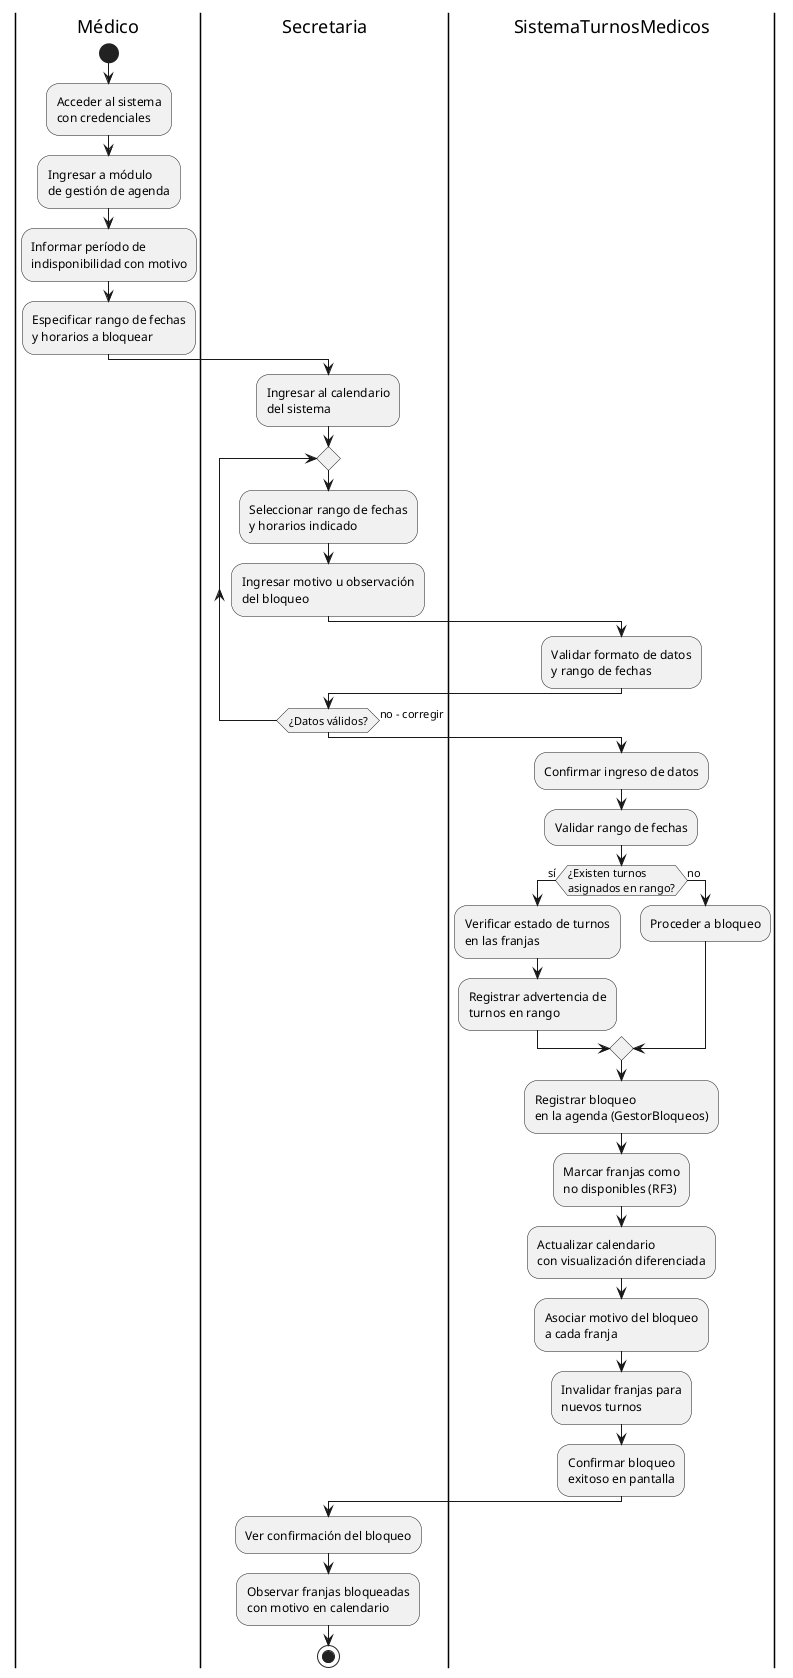
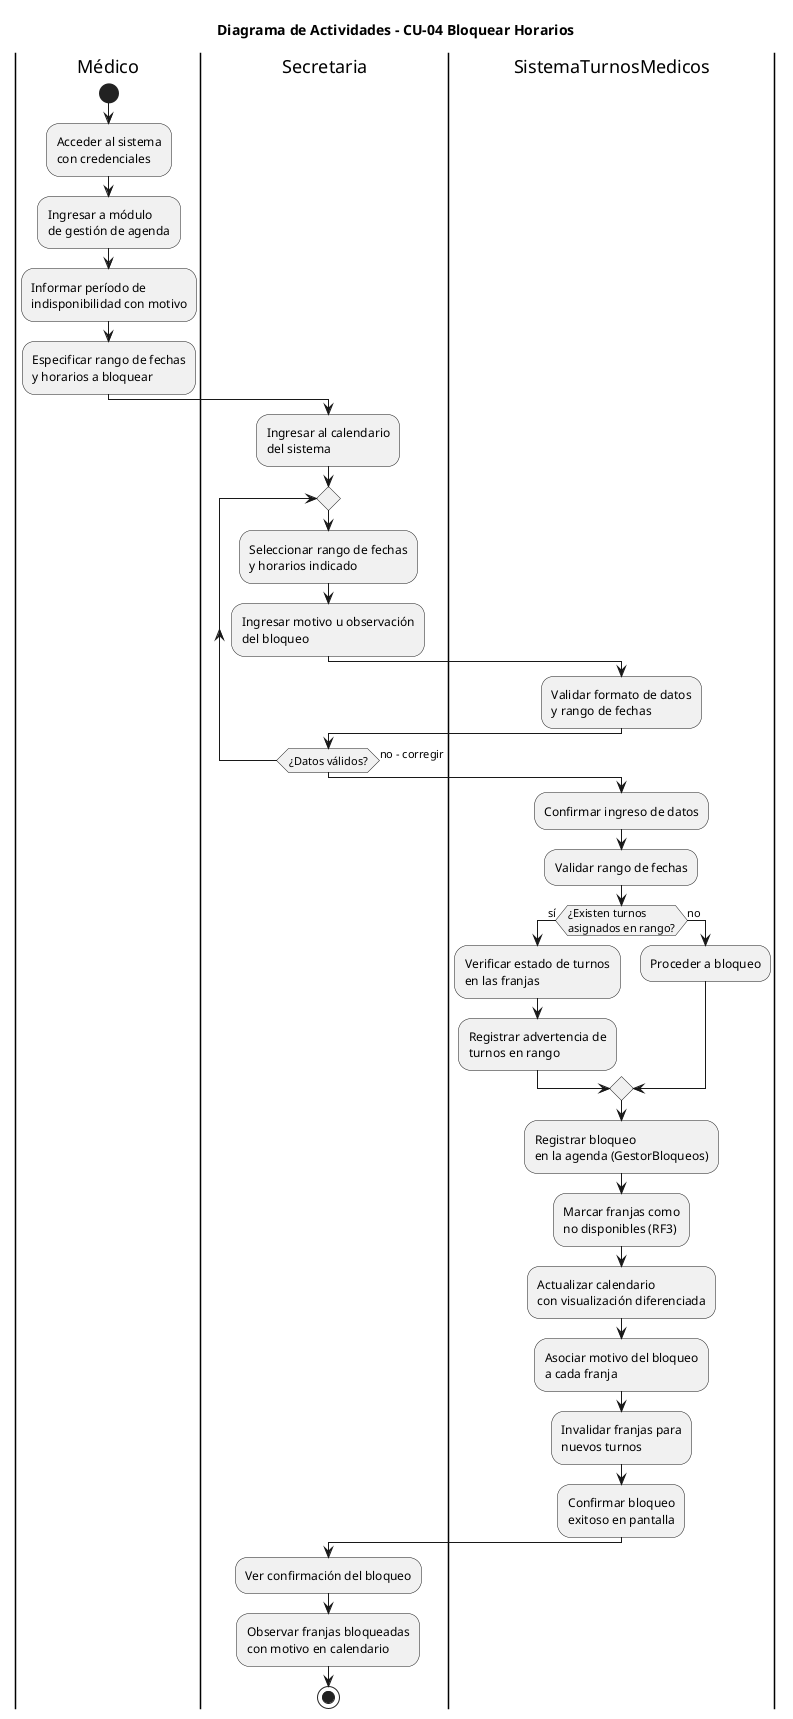
@startuml 04-actividad-bloquear-horarios-04
+ 
+ title Diagrama de Actividades - CU-04 Bloquear Horarios

|Médico|
start
:Acceder al sistema\ncon credenciales;
:Ingresar a módulo\nde gestión de agenda;
:Informar período de\nindisponibilidad con motivo;
:Especificar rango de fechas\ny horarios a bloquear;

|Secretaria|
:Ingresar al calendario\ndel sistema;

repeat
    :Seleccionar rango de fechas\ny horarios indicado;
    :Ingresar motivo u observación\ndel bloqueo;

    |SistemaTurnosMedicos|
    :Validar formato de datos\ny rango de fechas;

    |Secretaria|
repeat while (¿Datos válidos?) is (no - corregir)

|SistemaTurnosMedicos|
:Confirmar ingreso de datos;
:Validar rango de fechas;

if (¿Existen turnos\nasignados en rango?) then (sí)
    :Verificar estado de turnos\nen las franjas;
    :Registrar advertencia de\nturnos en rango;
else (no)
    :Proceder a bloqueo;
endif

:Registrar bloqueo\nen la agenda (GestorBloqueos);
:Marcar franjas como\nno disponibles (RF3);
:Actualizar calendario\ncon visualización diferenciada;
:Asociar motivo del bloqueo\na cada franja;
:Invalidar franjas para\nnuevos turnos;

:Confirmar bloqueo\nexitoso en pantalla;

|Secretaria|
:Ver confirmación del bloqueo;
:Observar franjas bloqueadas\ncon motivo en calendario;

stop

@enduml
